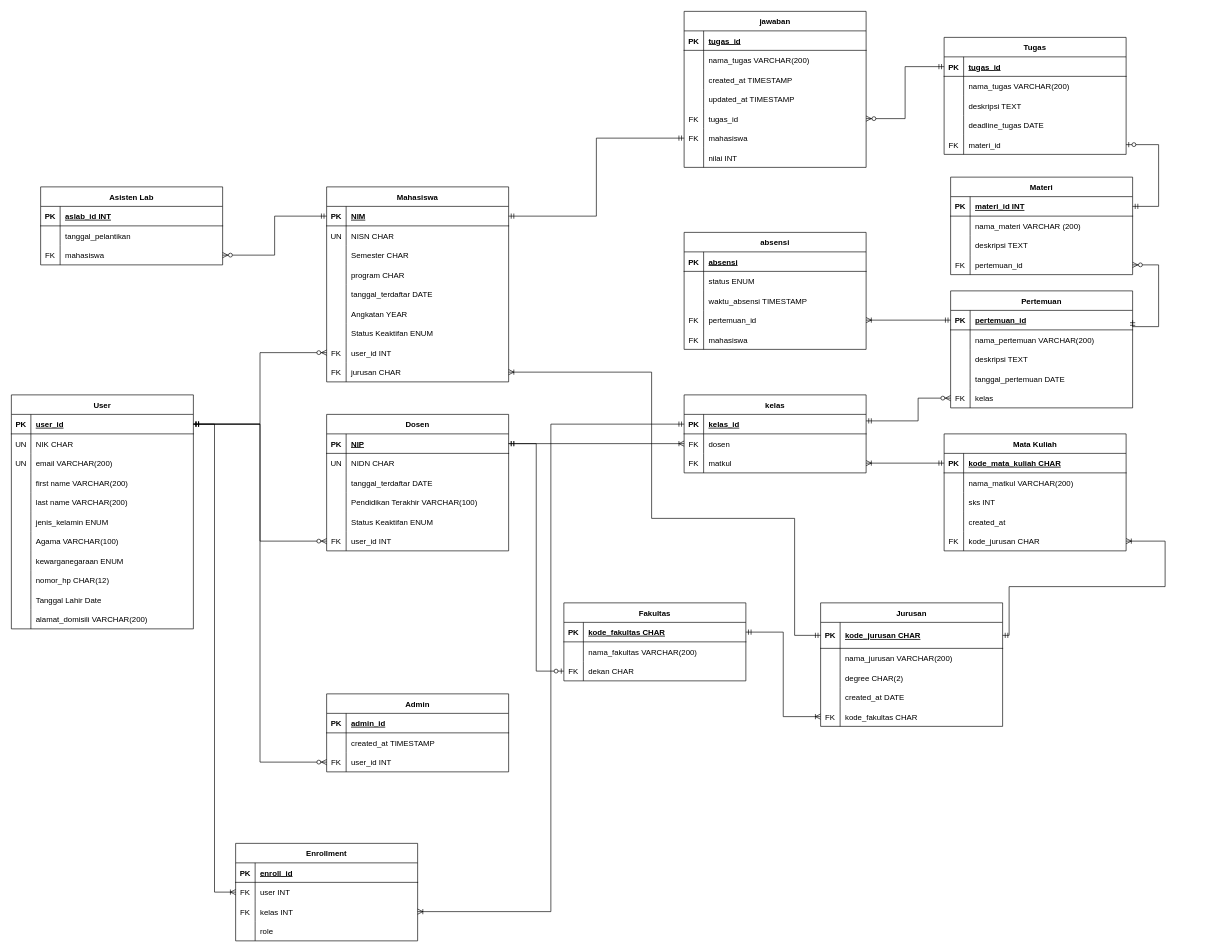
Earlier version of the draw.io diagram Database/newRelationship.drawio (DzakiyDzakwan/TubesSBD). Source tidied: cells renumbered, new cells numbered last; positions are measured from the earlier drawing's top-left corner, leaving out a move shared by most shapes. Both pictures are drawn from the tidied source at 65%, with x=0, y=0 at pixel (11, 11).
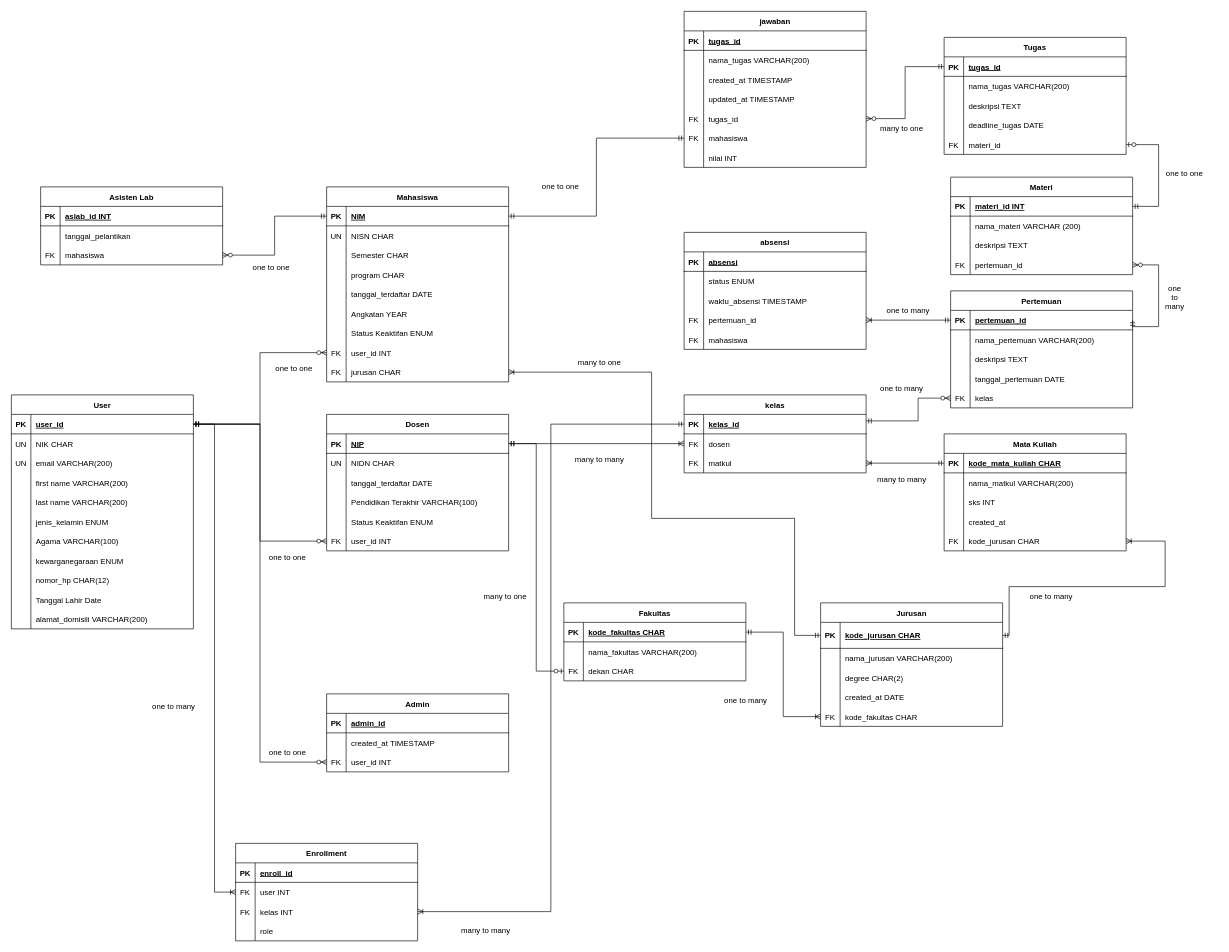
The same diagram, later.

Change to the diagram source:
```diff
@@
+    <mxCell id="269" value="many to many" style="text;html=1;strokeColor=none;fillColor=none;align=center;verticalAlign=middle;whiteSpace=wrap;rounded=0;" parent="1" vertex="1">
+      <mxGeometry x="645" y="1400" width="170" height="30" as="geometry" />
+    </mxCell>
+    <mxCell id="270" value="many to many" style="text;html=1;strokeColor=none;fillColor=none;align=center;verticalAlign=middle;whiteSpace=wrap;rounded=0;" parent="1" vertex="1">
+      <mxGeometry x="1315" y="710" width="110" height="20" as="geometry" />
+    </mxCell>
+    <mxCell id="271" value="many to many" style="text;html=1;strokeColor=none;fillColor=none;align=center;verticalAlign=middle;whiteSpace=wrap;rounded=0;" parent="1" vertex="1">
+      <mxGeometry x="850" y="680" width="110" height="20" as="geometry" />
+    </mxCell>
+    <mxCell id="272" value="one to many" style="text;html=1;strokeColor=none;fillColor=none;align=center;verticalAlign=middle;whiteSpace=wrap;rounded=0;" parent="1" vertex="1">
+      <mxGeometry x="1545" y="890" width="110" height="20" as="geometry" />
+    </mxCell>
+    <mxCell id="273" value="one to one&lt;br&gt;" style="text;html=1;strokeColor=none;fillColor=none;align=center;verticalAlign=middle;whiteSpace=wrap;rounded=0;" parent="1" vertex="1">
+      <mxGeometry x="345" y="385" width="110" height="20" as="geometry" />
+    </mxCell>
+    <mxCell id="274" value="one to many" style="text;html=1;strokeColor=none;fillColor=none;align=center;verticalAlign=middle;whiteSpace=wrap;rounded=0;" parent="1" vertex="1">
+      <mxGeometry x="195" y="1060" width="110" height="20" as="geometry" />
+    </mxCell>
+    <mxCell id="275" value="one to one" style="text;html=1;strokeColor=none;fillColor=none;align=center;verticalAlign=middle;whiteSpace=wrap;rounded=0;" parent="1" vertex="1">
+      <mxGeometry x="395" y="830" width="60" height="20" as="geometry" />
+    </mxCell>
+    <mxCell id="276" value="one to one" style="text;html=1;strokeColor=none;fillColor=none;align=center;verticalAlign=middle;whiteSpace=wrap;rounded=0;" parent="1" vertex="1">
+      <mxGeometry x="395" y="1130" width="60" height="20" as="geometry" />
+    </mxCell>
+    <mxCell id="277" value="one to one" style="text;html=1;strokeColor=none;fillColor=none;align=center;verticalAlign=middle;whiteSpace=wrap;rounded=0;" parent="1" vertex="1">
+      <mxGeometry x="405" y="540" width="60" height="20" as="geometry" />
+    </mxCell>
+    <mxCell id="278" value="many to one" style="text;html=1;strokeColor=none;fillColor=none;align=center;verticalAlign=middle;whiteSpace=wrap;rounded=0;" parent="1" vertex="1">
+      <mxGeometry x="705" y="890" width="110" height="20" as="geometry" />
+    </mxCell>
+    <mxCell id="279" value="many to one" style="text;html=1;strokeColor=none;fillColor=none;align=center;verticalAlign=middle;whiteSpace=wrap;rounded=0;" parent="1" vertex="1">
+      <mxGeometry x="850" y="530" width="110" height="20" as="geometry" />
+    </mxCell>
+    <mxCell id="280" value="one to many" style="text;html=1;strokeColor=none;fillColor=none;align=center;verticalAlign=middle;whiteSpace=wrap;rounded=0;" parent="1" vertex="1">
+      <mxGeometry x="1075" y="1050" width="110" height="20" as="geometry" />
+    </mxCell>
+    <mxCell id="281" value="one to many" style="text;html=1;strokeColor=none;fillColor=none;align=center;verticalAlign=middle;whiteSpace=wrap;rounded=0;" parent="1" vertex="1">
+      <mxGeometry x="1315" y="570" width="110" height="20" as="geometry" />
+    </mxCell>
+    <mxCell id="282" value="one to many" style="text;html=1;strokeColor=none;fillColor=none;align=center;verticalAlign=middle;whiteSpace=wrap;rounded=0;" parent="1" vertex="1">
+      <mxGeometry x="1325" y="450" width="110" height="20" as="geometry" />
+    </mxCell>
+    <mxCell id="283" value="one &lt;br&gt;to &lt;br&gt;many" style="text;html=1;strokeColor=none;fillColor=none;align=center;verticalAlign=middle;whiteSpace=wrap;rounded=0;" parent="1" vertex="1">
+      <mxGeometry x="1740" y="430" width="100" height="20" as="geometry" />
+    </mxCell>
+    <mxCell id="284" value="one to one" style="text;html=1;strokeColor=none;fillColor=none;align=center;verticalAlign=middle;whiteSpace=wrap;rounded=0;" parent="1" vertex="1">
+      <mxGeometry x="1755" y="240" width="100" height="20" as="geometry" />
+    </mxCell>
+    <mxCell id="285" value="many to one" style="text;html=1;strokeColor=none;fillColor=none;align=center;verticalAlign=middle;whiteSpace=wrap;rounded=0;" parent="1" vertex="1">
+      <mxGeometry x="1320" y="170" width="100" height="20" as="geometry" />
+    </mxCell>
+    <mxCell id="286" value="one to one" style="text;html=1;strokeColor=none;fillColor=none;align=center;verticalAlign=middle;whiteSpace=wrap;rounded=0;" parent="1" vertex="1">
+      <mxGeometry x="795" y="260" width="100" height="20" as="geometry" />
+    </mxCell>
```
